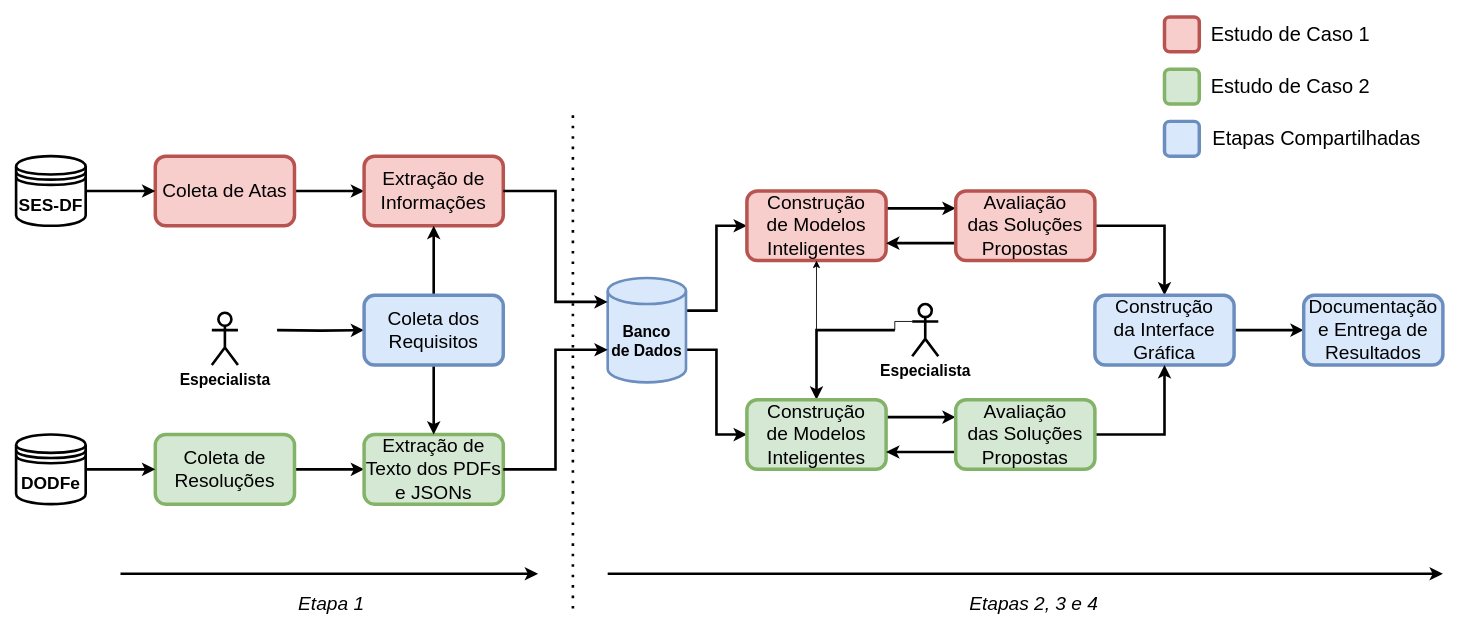
The draw.io diagram conferesus1.drawio in viniciusrpb/drawio_flowcharts, before the edit. Source tidied: cells renumbered, new cells numbered last; positions are measured from the earlier drawing's top-left corner, leaving out a move shared by most shapes. Both pictures are drawn from the tidied source at 87%, with x=0, y=0 at pixel (16, 17).
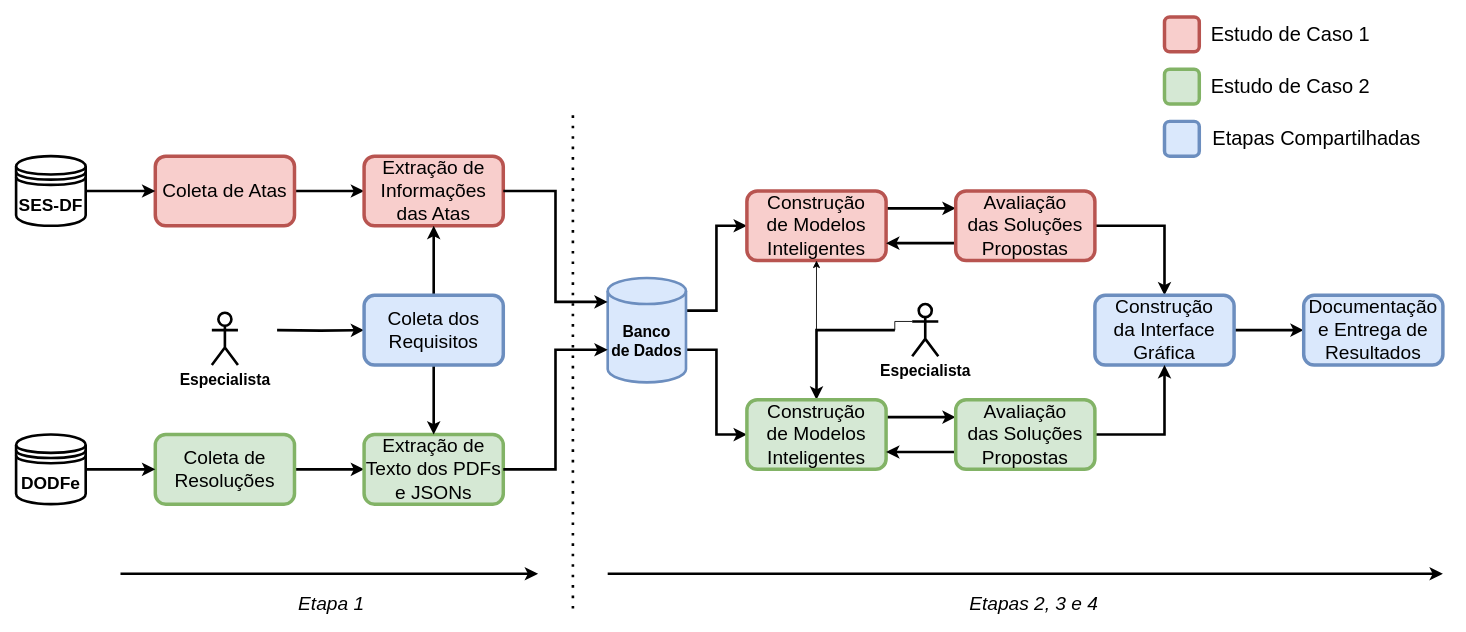
Above is the later version.

The edit, as a diff of the source:
```diff
@@
-    <mxCell id="10" value="Extração de Informações" style="rounded=1;whiteSpace=wrap;html=1;fontSize=22;strokeWidth=4;fillColor=#f8cecc;strokeColor=#b85450;" parent="1" vertex="1">
+    <mxCell id="10" value="Extração de Informações das Atas" style="rounded=1;whiteSpace=wrap;html=1;fontSize=22;strokeWidth=4;fillColor=#f8cecc;strokeColor=#b85450;" parent="1" vertex="1">
       <mxGeometry x="400" y="160" width="160" height="80" as="geometry" />
     </mxCell>
```
